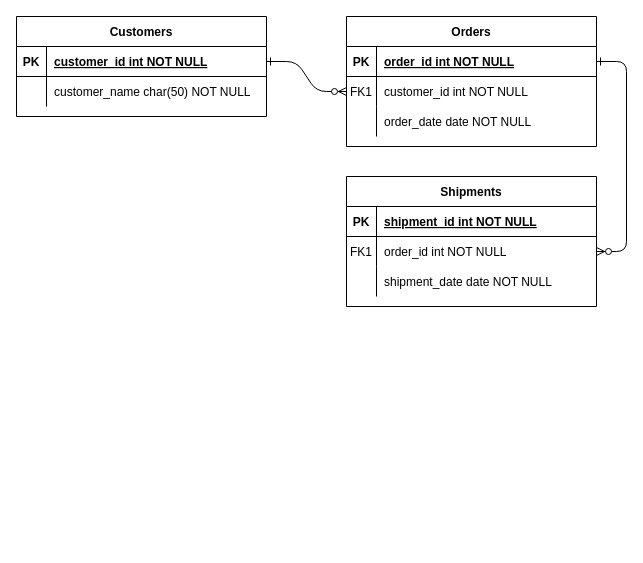
Before: Untitled Diagram.drawio in QuackZ90/mod4, a draw.io diagram. Source tidied: cells renumbered, new cells numbered last; positions are measured from the earlier drawing's top-left corner, leaving out a move shared by most shapes. Both pictures are drawn from the tidied source at 100%, with x=0, y=0 at pixel (16, 16).
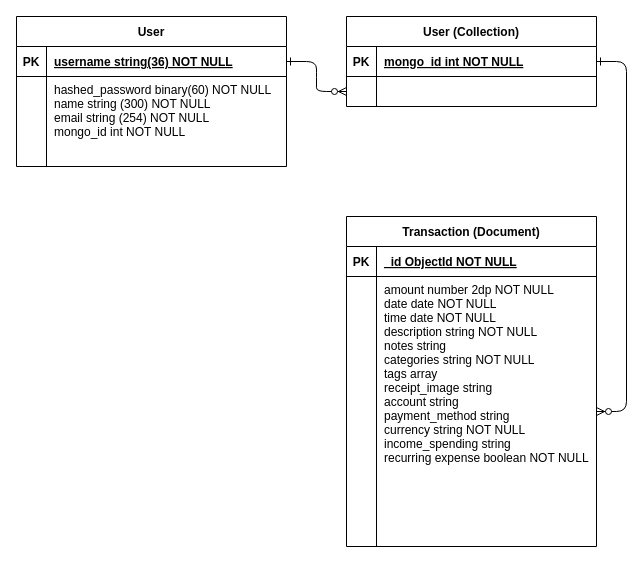
The same page after the edit.

Commit message:
Draft ERD for discussion.drawio

The change refers to these unchanged cells:
```xml
<mxCell id="5" style="shape=partialRectangle;fillColor=none;points=[[0,0.5],[1,0.5]];portConstraint=eastwest;top=0;left=0;right=0;bottom=1;" parent="4" vertex="1">
  <mxGeometry y="30" width="250" height="30" as="geometry" />
</mxCell>
<mxCell id="8" style="shape=partialRectangle;fillColor=none;points=[[0,0.5],[1,0.5]];portConstraint=eastwest;top=0;left=0;right=0;bottom=0;" parent="4" vertex="1">
  <mxGeometry y="60" width="250" height="30" as="geometry" />
</mxCell>
<mxCell id="15" style="shape=partialRectangle;fillColor=none;top=0;left=0;right=0;bottom=1;" parent="14" vertex="1">
  <mxGeometry y="30" width="250" height="30" as="geometry" />
</mxCell>
```

Change to the diagram source:
```diff
@@
-    <mxCell id="4" value="Orders" style="shape=table;startSize=30;childLayout=tableLayout;rowLines=0;fontStyle=1;align=center;" parent="1" vertex="1">
-      <mxGeometry x="330" width="250" height="130" as="geometry" />
+    <mxCell id="4" value="User (Collection)" style="shape=table;startSize=30;childLayout=tableLayout;rowLines=0;fontStyle=1;align=center;" parent="1" vertex="1">
+      <mxGeometry x="330" width="250" height="90" as="geometry" />
     </mxCell>
@@
-    <mxCell id="7" value="order_id int NOT NULL " style="shape=partialRectangle;overflow=hidden;fillColor=none;top=0;left=0;bottom=0;right=0;align=left;spacingLeft=6;fontStyle=5;" parent="5" vertex="1">
+    <mxCell id="7" value="mongo_id int NOT NULL " style="shape=partialRectangle;overflow=hidden;fillColor=none;top=0;left=0;bottom=0;right=0;align=left;spacingLeft=6;fontStyle=5;" parent="5" vertex="1">
       <mxGeometry x="30" width="220" height="30" as="geometry" />
     </mxCell>
@@
-    <mxCell id="9" value="FK1" style="shape=partialRectangle;overflow=hidden;fillColor=none;top=0;left=0;bottom=0;right=0;" parent="8" vertex="1">
+    <mxCell id="9" style="shape=partialRectangle;overflow=hidden;fillColor=none;top=0;left=0;bottom=0;right=0;" parent="8" vertex="1">
       <mxGeometry width="30" height="30" as="geometry" />
     </mxCell>
-    <mxCell id="10" value="customer_id int NOT NULL" style="shape=partialRectangle;overflow=hidden;fillColor=none;top=0;left=0;bottom=0;right=0;align=left;spacingLeft=6;" parent="8" vertex="1">
+    <mxCell id="10" style="shape=partialRectangle;overflow=hidden;fillColor=none;top=0;left=0;bottom=0;right=0;align=left;spacingLeft=6;" parent="8" vertex="1">
       <mxGeometry x="30" width="220" height="30" as="geometry" />
     </mxCell>
-    <mxCell id="11" style="shape=partialRectangle;fillColor=none;top=0;left=0;right=0;bottom=0;" parent="4" vertex="1">
-      <mxGeometry y="90" width="250" height="30" as="geometry" />
-    </mxCell>
-    <mxCell id="12" style="shape=partialRectangle;overflow=hidden;fillColor=none;top=0;left=0;bottom=0;right=0;" parent="11" vertex="1">
-      <mxGeometry width="30" height="30" as="geometry" />
-    </mxCell>
-    <mxCell id="13" value="order_date date NOT NULL" style="shape=partialRectangle;overflow=hidden;fillColor=none;top=0;left=0;bottom=0;right=0;align=left;spacingLeft=6;" parent="11" vertex="1">
-      <mxGeometry x="30" width="220" height="30" as="geometry" />
-    </mxCell>
-    <mxCell id="14" value="Shipments" style="shape=table;startSize=30;childLayout=tableLayout;rowLines=0;fontStyle=1;align=center;" parent="1" vertex="1">
-      <mxGeometry x="330" y="160" width="250" height="130" as="geometry" />
+    <mxCell id="14" value="Transaction (Document)" style="shape=table;startSize=30;childLayout=tableLayout;rowLines=0;fontStyle=1;align=center;" parent="1" vertex="1">
+      <mxGeometry x="330" y="200" width="250" height="330" as="geometry" />
     </mxCell>
@@
-    <mxCell id="17" value="shipment_id int NOT NULL " style="shape=partialRectangle;overflow=hidden;fillColor=none;top=0;left=0;bottom=0;right=0;align=left;spacingLeft=6;fontStyle=5;" parent="15" vertex="1">
+    <mxCell id="17" value="_id ObjectId NOT NULL" style="shape=partialRectangle;overflow=hidden;fillColor=none;top=0;left=0;bottom=0;right=0;align=left;spacingLeft=6;fontStyle=5;" parent="15" vertex="1">
       <mxGeometry x="30" width="220" height="30" as="geometry" />
     </mxCell>
     <mxCell id="18" style="shape=partialRectangle;fillColor=none;points=[[0,0.5],[1,0.5]];portConstraint=eastwest;top=0;left=0;right=0;bottom=0;" parent="14" vertex="1">
-      <mxGeometry y="60" width="250" height="30" as="geometry" />
+      <mxGeometry y="60" width="250" height="270" as="geometry" />
     </mxCell>
-    <mxCell id="19" value="FK1" style="shape=partialRectangle;overflow=hidden;fillColor=none;top=0;left=0;bottom=0;right=0;" parent="18" vertex="1">
-      <mxGeometry width="30" height="30" as="geometry" />
+    <mxCell id="19" style="shape=partialRectangle;overflow=hidden;fillColor=none;top=0;left=0;bottom=0;right=0;" parent="18" vertex="1">
+      <mxGeometry width="30" height="270" as="geometry" />
     </mxCell>
-    <mxCell id="20" value="order_id int NOT NULL" style="shape=partialRectangle;overflow=hidden;fillColor=none;top=0;left=0;bottom=0;right=0;align=left;spacingLeft=6;" parent="18" vertex="1">
-      <mxGeometry x="30" width="220" height="30" as="geometry" />
+    <mxCell id="20" value="amount number 2dp NOT NULL&#10;date date NOT NULL&#10;time date NOT NULL&#10;description string NOT NULL&#10;notes string&#10;categories string NOT NULL&#10;tags array&#10;receipt_image string&#10;account string&#10;payment_method string&#10;currency string NOT NULL&#10;income_spending string&#10;recurring expense boolean NOT NULL&#10;&#10;&#10;&#10;&#10;&#10;&#10;" style="shape=partialRectangle;overflow=hidden;fillColor=none;top=0;left=0;bottom=0;right=0;align=left;spacingLeft=6;verticalAlign=top;" parent="18" vertex="1">
+      <mxGeometry x="30" width="220" height="270" as="geometry" />
     </mxCell>
-    <mxCell id="21" style="shape=partialRectangle;fillColor=none;top=0;left=0;right=0;bottom=0;" parent="14" vertex="1">
-      <mxGeometry y="90" width="250" height="30" as="geometry" />
-    </mxCell>
-    <mxCell id="22" style="shape=partialRectangle;overflow=hidden;fillColor=none;top=0;left=0;bottom=0;right=0;" parent="21" vertex="1">
-      <mxGeometry width="30" height="30" as="geometry" />
-    </mxCell>
-    <mxCell id="23" value="shipment_date date NOT NULL" style="shape=partialRectangle;overflow=hidden;fillColor=none;top=0;left=0;bottom=0;right=0;align=left;spacingLeft=6;" parent="21" vertex="1">
-      <mxGeometry x="30" width="220" height="30" as="geometry" />
-    </mxCell>
-    <mxCell id="24" value="Customers" style="shape=table;startSize=30;childLayout=tableLayout;rowLines=0;fontStyle=1;align=center;" parent="1" vertex="1">
-      <mxGeometry width="250" height="100" as="geometry" />
+    <mxCell id="24" value="User" style="shape=table;startSize=30;childLayout=tableLayout;rowLines=0;fontStyle=1;align=center;" parent="1" vertex="1">
+      <mxGeometry width="270" height="150" as="geometry" />
     </mxCell>
     <mxCell id="25" style="shape=partialRectangle;fillColor=none;points=[[0,0.5],[1,0.5]];portConstraint=eastwest;top=0;left=0;right=0;bottom=1;" parent="24" vertex="1">
-      <mxGeometry y="30" width="250" height="30" as="geometry" />
+      <mxGeometry y="30" width="270" height="30" as="geometry" />
     </mxCell>
@@
-    <mxCell id="27" value="customer_id int NOT NULL " style="shape=partialRectangle;overflow=hidden;fillColor=none;top=0;left=0;bottom=0;right=0;align=left;spacingLeft=6;fontStyle=5;" parent="25" vertex="1">
-      <mxGeometry x="30" width="220" height="30" as="geometry" />
+    <mxCell id="27" value="username string(36) NOT NULL" style="shape=partialRectangle;overflow=hidden;fillColor=none;top=0;left=0;bottom=0;right=0;align=left;spacingLeft=6;fontStyle=5;" parent="25" vertex="1">
+      <mxGeometry x="30" width="240" height="30" as="geometry" />
     </mxCell>
     <mxCell id="28" style="shape=partialRectangle;fillColor=none;top=0;left=0;right=0;bottom=0;" parent="24" vertex="1">
-      <mxGeometry y="60" width="250" height="30" as="geometry" />
+      <mxGeometry y="60" width="270" height="90" as="geometry" />
     </mxCell>
     <mxCell id="29" style="shape=partialRectangle;overflow=hidden;fillColor=none;top=0;left=0;bottom=0;right=0;" parent="28" vertex="1">
-      <mxGeometry width="30" height="30" as="geometry" />
+      <mxGeometry width="30" height="90" as="geometry" />
     </mxCell>
-    <mxCell id="30" value="customer_name char(50) NOT NULL" style="shape=partialRectangle;overflow=hidden;fillColor=none;top=0;left=0;bottom=0;right=0;align=left;spacingLeft=6;" parent="28" vertex="1">
-      <mxGeometry x="30" width="220" height="30" as="geometry" />
+    <mxCell id="30" value="hashed_password binary(60) NOT NULL&#10;name string (300) NOT NULL&#10;email string (254) NOT NULL&#10;mongo_id int NOT NULL&#10;&#10;&#10;" style="shape=partialRectangle;overflow=hidden;fillColor=none;top=0;left=0;bottom=0;right=0;align=left;spacingLeft=6;verticalAlign=top;" parent="28" vertex="1">
+      <mxGeometry x="30" width="240" height="90" as="geometry" />
     </mxCell>
```
